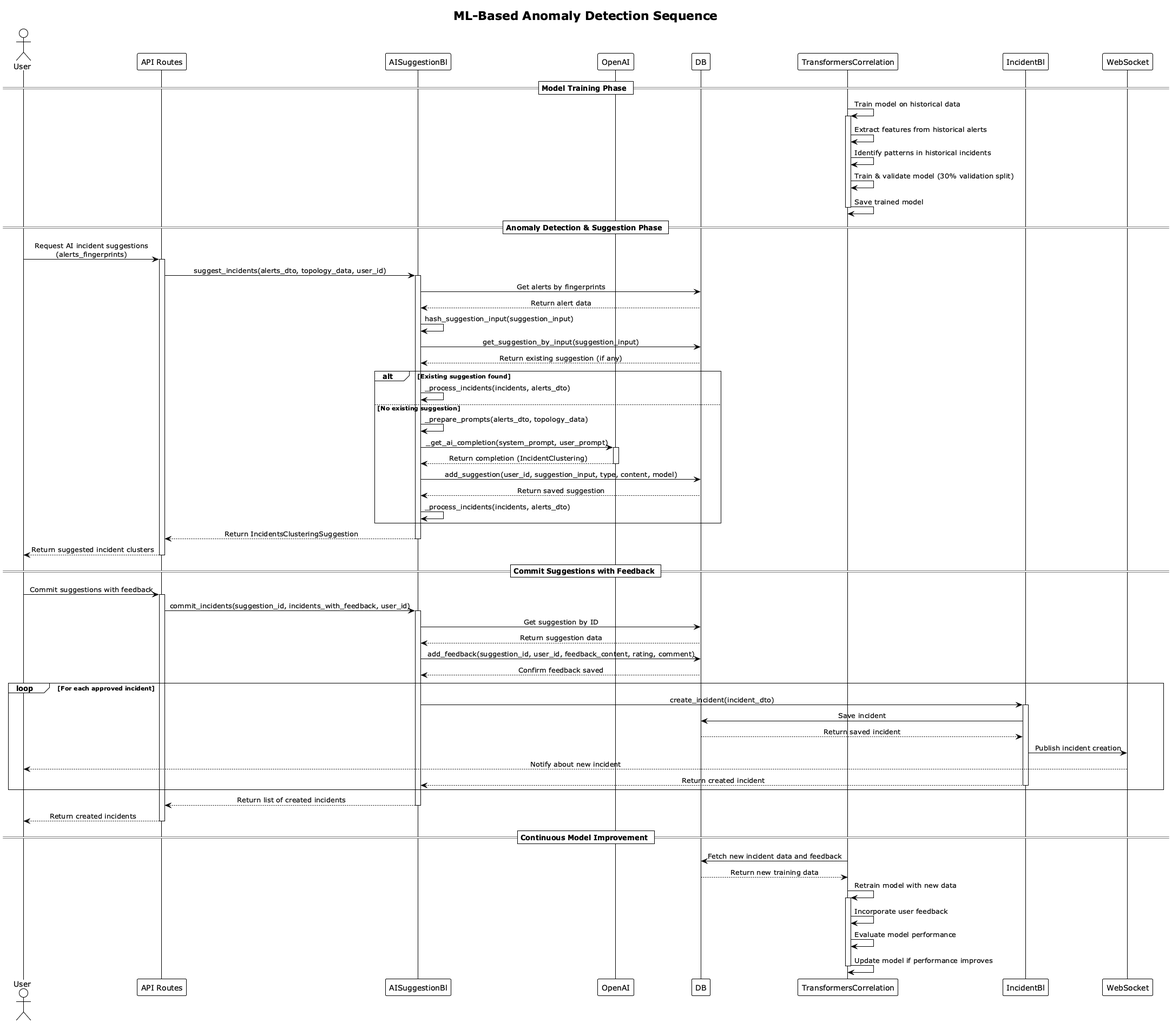
Before: keep_aiops/images/ml_anomaly_detection_sequence.png, a diagram exported from PlantUML (michaelnguyen11/keep_docs). Source of this version:
```plantuml
@startuml ml_anomaly_detection_sequence
!theme plain
skinparam SequenceMessageAlignment center

title ML-Based Anomaly Detection Sequence

actor "User" as User
participant "API Routes" as API
participant "AISuggestionBl" as AISuggestionBl
participant "OpenAI" as OpenAI
participant "DB" as DB
participant "TransformersCorrelation" as TransformersAI
participant "IncidentBl" as IncidentBl
participant "WebSocket" as WebSocket

== Model Training Phase ==

TransformersAI -> TransformersAI: Train model on historical data
activate TransformersAI
TransformersAI -> TransformersAI: Extract features from historical alerts
TransformersAI -> TransformersAI: Identify patterns in historical incidents
TransformersAI -> TransformersAI: Train & validate model (30% validation split)
TransformersAI -> TransformersAI: Save trained model
deactivate TransformersAI

== Anomaly Detection & Suggestion Phase ==

User -> API: Request AI incident suggestions\n(alerts_fingerprints)
activate API

API -> AISuggestionBl: suggest_incidents(alerts_dto, topology_data, user_id)
activate AISuggestionBl

AISuggestionBl -> DB: Get alerts by fingerprints
DB --> AISuggestionBl: Return alert data

AISuggestionBl -> AISuggestionBl: hash_suggestion_input(suggestion_input)
AISuggestionBl -> DB: get_suggestion_by_input(suggestion_input)
DB --> AISuggestionBl: Return existing suggestion (if any)

alt Existing suggestion found
    AISuggestionBl -> AISuggestionBl: _process_incidents(incidents, alerts_dto)
else No existing suggestion
    AISuggestionBl -> AISuggestionBl: _prepare_prompts(alerts_dto, topology_data)
    AISuggestionBl -> OpenAI: _get_ai_completion(system_prompt, user_prompt)
    activate OpenAI
    OpenAI --> AISuggestionBl: Return completion (IncidentClustering)
    deactivate OpenAI

    AISuggestionBl -> DB: add_suggestion(user_id, suggestion_input, type, content, model)
    DB --> AISuggestionBl: Return saved suggestion

    AISuggestionBl -> AISuggestionBl: _process_incidents(incidents, alerts_dto)
end

AISuggestionBl --> API: Return IncidentsClusteringSuggestion
deactivate AISuggestionBl

API --> User: Return suggested incident clusters
deactivate API

== Commit Suggestions with Feedback ==

User -> API: Commit suggestions with feedback
activate API

API -> AISuggestionBl: commit_incidents(suggestion_id, incidents_with_feedback, user_id)
activate AISuggestionBl

AISuggestionBl -> DB: Get suggestion by ID
DB --> AISuggestionBl: Return suggestion data

AISuggestionBl -> DB: add_feedback(suggestion_id, user_id, feedback_content, rating, comment)
DB --> AISuggestionBl: Confirm feedback saved

loop For each approved incident
    AISuggestionBl -> IncidentBl: create_incident(incident_dto)
    activate IncidentBl
    IncidentBl -> DB: Save incident
    DB --> IncidentBl: Return saved incident

    IncidentBl -> WebSocket: Publish incident creation
    WebSocket --> User: Notify about new incident

    IncidentBl --> AISuggestionBl: Return created incident
    deactivate IncidentBl
end

AISuggestionBl --> API: Return list of created incidents
deactivate AISuggestionBl

API --> User: Return created incidents
deactivate API

== Continuous Model Improvement ==

TransformersAI -> DB: Fetch new incident data and feedback
DB --> TransformersAI: Return new training data

TransformersAI -> TransformersAI: Retrain model with new data
activate TransformersAI
TransformersAI -> TransformersAI: Incorporate user feedback
TransformersAI -> TransformersAI: Evaluate model performance
TransformersAI -> TransformersAI: Update model if performance improves
deactivate TransformersAI

@enduml
```
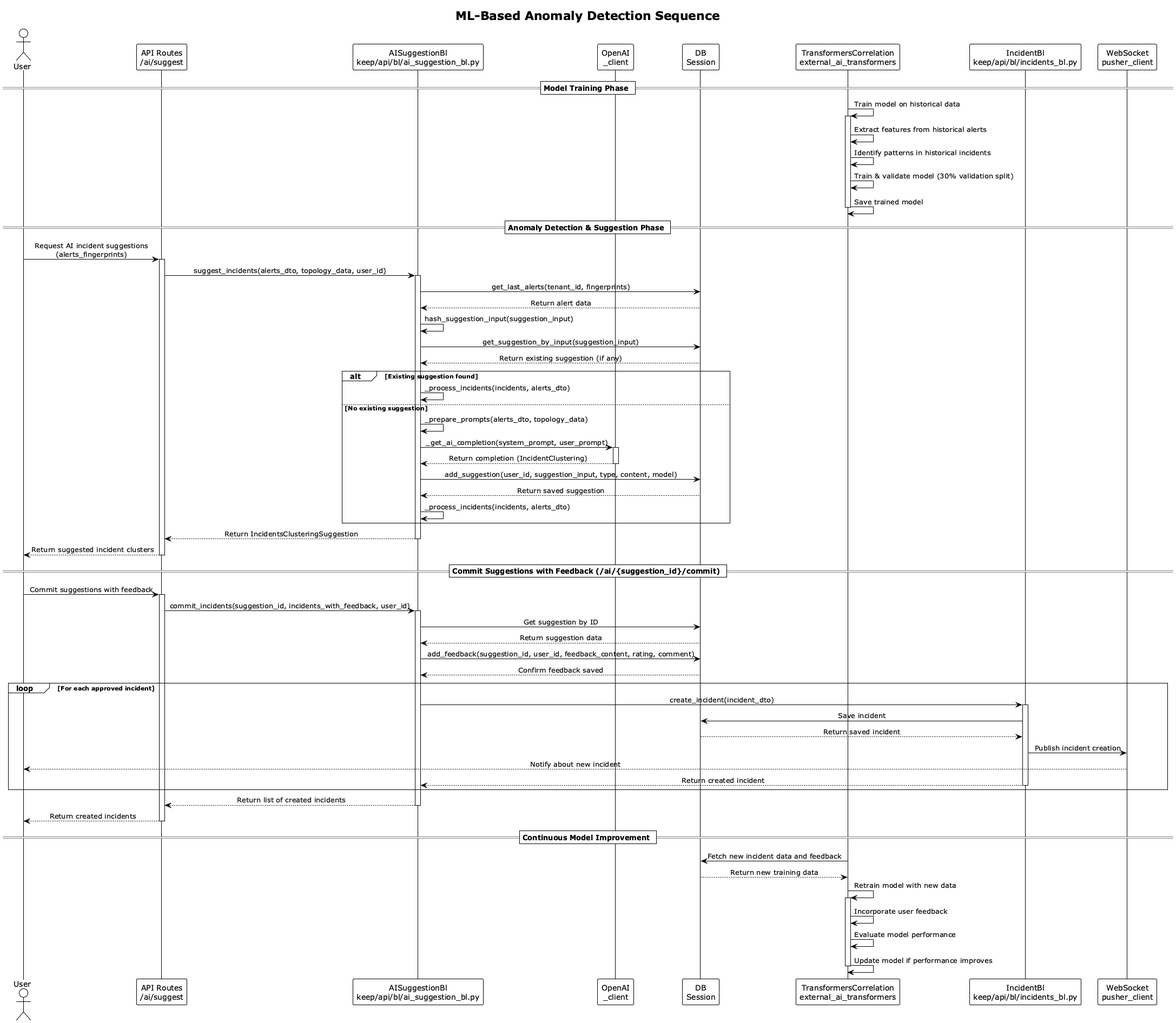
Above is the later version.

Diff of the diagram source:
```diff
@@ -2,16 +2,17 @@
 !theme plain
 skinparam SequenceMessageAlignment center
 
+
 title ML-Based Anomaly Detection Sequence
 
 actor "User" as User
-participant "API Routes" as API
-participant "AISuggestionBl" as AISuggestionBl
-participant "OpenAI" as OpenAI
-participant "DB" as DB
-participant "TransformersCorrelation" as TransformersAI
-participant "IncidentBl" as IncidentBl
-participant "WebSocket" as WebSocket
+participant "API Routes\n/ai/suggest" as API
+participant "AISuggestionBl\nkeep/api/bl/ai_suggestion_bl.py" as AISuggestionBl
+participant "OpenAI\n_client" as OpenAI
+participant "DB\nSession" as DB
+participant "TransformersCorrelation\nexternal_ai_transformers" as TransformersAI
+participant "IncidentBl\nkeep/api/bl/incidents_bl.py" as IncidentBl
+participant "WebSocket\npusher_client" as WebSocket
 
 == Model Training Phase ==
 
@@ -31,7 +32,7 @@
 API -> AISuggestionBl: suggest_incidents(alerts_dto, topology_data, user_id)
 activate AISuggestionBl
 
-AISuggestionBl -> DB: Get alerts by fingerprints
+AISuggestionBl -> DB: get_last_alerts(tenant_id, fingerprints)
 DB --> AISuggestionBl: Return alert data
 
 AISuggestionBl -> AISuggestionBl: hash_suggestion_input(suggestion_input)
@@ -59,7 +60,7 @@
 API --> User: Return suggested incident clusters
 deactivate API
 
-== Commit Suggestions with Feedback ==
+== Commit Suggestions with Feedback (/ai/{suggestion_id}/commit) ==
 
 User -> API: Commit suggestions with feedback
 activate API
```
